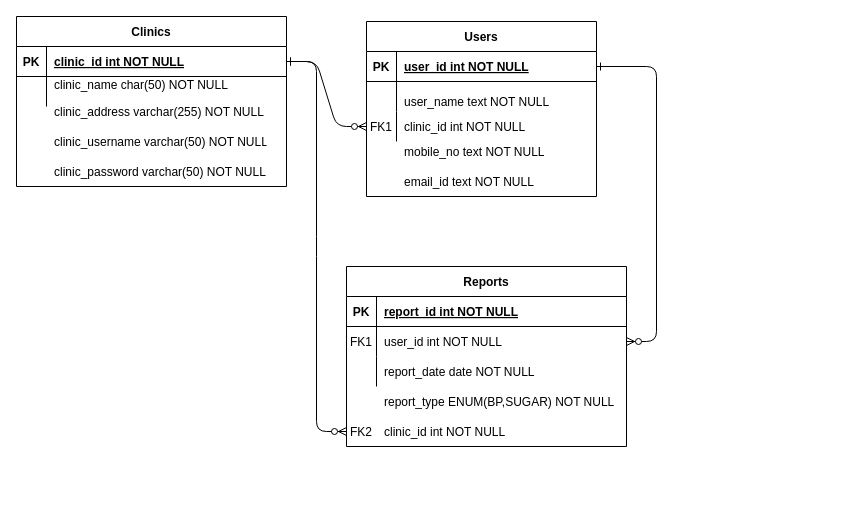
Before: ERDiagram.drawio in pranavn35/ProjectDiagrams, a draw.io diagram. Source tidied: cells renumbered, new cells numbered last; positions are measured from the earlier drawing's top-left corner, leaving out a move shared by most shapes. Both pictures are drawn from the tidied source at 100%, with x=0, y=0 at pixel (16, 16).
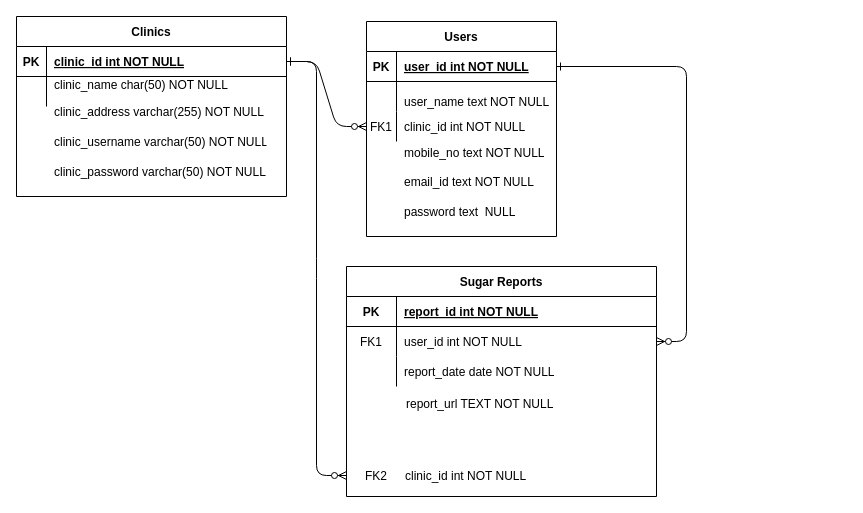
Above is the later version.

The edit, as a diff of the source:
```diff
@@
     <mxCell id="4" value="Users" style="shape=table;startSize=30;childLayout=tableLayout;rowLines=0;fontStyle=1;align=center;fontColor=default;fillColor=default;strokeColor=default;" parent="1" vertex="1">
-      <mxGeometry x="350" y="5" width="230" height="175" as="geometry" />
+      <mxGeometry x="350" y="5" width="190" height="215" as="geometry" />
     </mxCell>
     <mxCell id="5" style="shape=partialRectangle;fillColor=none;points=[[0,0.5],[1,0.5]];portConstraint=eastwest;top=0;left=0;right=0;bottom=1;fontColor=default;" parent="4" vertex="1">
-      <mxGeometry y="30" width="230" height="30" as="geometry" />
+      <mxGeometry y="30" width="190" height="30" as="geometry" />
     </mxCell>
@@
     <mxCell id="7" value="user_id int NOT NULL " style="shape=partialRectangle;overflow=hidden;fillColor=none;top=0;left=0;bottom=0;right=0;align=left;spacingLeft=6;fontStyle=5;fontColor=default;" parent="5" vertex="1">
-      <mxGeometry x="30" width="200" height="30" as="geometry" />
+      <mxGeometry x="30" width="160" height="30" as="geometry" />
     </mxCell>
     <mxCell id="8" style="shape=partialRectangle;fillColor=none;top=0;left=0;right=0;bottom=0;strokeColor=default;fontColor=default;" parent="4" vertex="1">
-      <mxGeometry y="60" width="230" height="30" as="geometry" />
+      <mxGeometry y="60" width="190" height="30" as="geometry" />
     </mxCell>
@@
     <mxCell id="10" style="shape=partialRectangle;overflow=hidden;fillColor=none;top=0;left=0;bottom=0;right=0;align=left;spacingLeft=6;fontColor=default;strokeColor=default;" parent="8" vertex="1">
-      <mxGeometry x="30" width="200" height="30" as="geometry" />
+      <mxGeometry x="30" width="160" height="30" as="geometry" />
     </mxCell>
     <mxCell id="11" style="shape=partialRectangle;fillColor=none;points=[[0,0.5],[1,0.5]];portConstraint=eastwest;top=0;left=0;right=0;bottom=0;strokeColor=default;fontColor=default;" parent="4" vertex="1">
-      <mxGeometry y="90" width="230" height="30" as="geometry" />
+      <mxGeometry y="90" width="190" height="30" as="geometry" />
     </mxCell>
@@
     <mxCell id="13" value="clinic_id int NOT NULL" style="shape=partialRectangle;overflow=hidden;fillColor=none;top=0;left=0;bottom=0;right=0;align=left;spacingLeft=6;fontColor=default;strokeColor=default;" parent="11" vertex="1">
-      <mxGeometry x="30" width="200" height="30" as="geometry" />
+      <mxGeometry x="30" width="160" height="30" as="geometry" />
     </mxCell>
-    <mxCell id="14" value="Reports" style="shape=table;startSize=30;childLayout=tableLayout;rowLines=0;fontStyle=1;align=center;fillColor=default;strokeColor=default;fontColor=default;" parent="1" vertex="1">
-      <mxGeometry x="330" y="250" width="280" height="180" as="geometry" />
+    <mxCell id="14" value="Sugar Reports" style="shape=table;startSize=30;childLayout=tableLayout;rowLines=0;fontStyle=1;align=center;fillColor=default;strokeColor=default;fontColor=default;" parent="1" vertex="1">
+      <mxGeometry x="330" y="250" width="310" height="230" as="geometry" />
     </mxCell>
     <mxCell id="15" style="shape=partialRectangle;fillColor=none;top=0;left=0;right=0;bottom=1;fontColor=default;" parent="14" vertex="1">
-      <mxGeometry y="30" width="280" height="30" as="geometry" />
+      <mxGeometry y="30" width="310" height="30" as="geometry" />
     </mxCell>
     <mxCell id="16" value="PK" style="shape=partialRectangle;overflow=hidden;fillColor=none;top=0;left=0;bottom=0;right=0;fontStyle=1;" parent="15" vertex="1">
-      <mxGeometry width="30" height="30" as="geometry" />
+      <mxGeometry width="50" height="30" as="geometry" />
     </mxCell>
     <mxCell id="17" value="report_id int NOT NULL " style="shape=partialRectangle;overflow=hidden;fillColor=none;top=0;left=0;bottom=0;right=0;align=left;spacingLeft=6;fontStyle=5;fontColor=default;" parent="15" vertex="1">
-      <mxGeometry x="30" width="250" height="30" as="geometry" />
+      <mxGeometry x="50" width="260" height="30" as="geometry" />
     </mxCell>
     <mxCell id="18" style="shape=partialRectangle;fillColor=none;points=[[0,0.5],[1,0.5]];portConstraint=eastwest;top=0;left=0;right=0;bottom=0;strokeColor=default;fontColor=default;" parent="14" vertex="1">
-      <mxGeometry y="60" width="280" height="30" as="geometry" />
+      <mxGeometry y="60" width="310" height="30" as="geometry" />
     </mxCell>
     <mxCell id="19" value="FK1" style="shape=partialRectangle;overflow=hidden;fillColor=none;top=0;left=0;bottom=0;right=0;" parent="18" vertex="1">
-      <mxGeometry width="30" height="30" as="geometry" />
+      <mxGeometry width="50" height="30" as="geometry" />
     </mxCell>
     <mxCell id="20" value="user_id int NOT NULL" style="shape=partialRectangle;overflow=hidden;fillColor=none;top=0;left=0;bottom=0;right=0;align=left;spacingLeft=6;fontColor=default;" parent="18" vertex="1">
-      <mxGeometry x="30" width="250" height="30" as="geometry" />
+      <mxGeometry x="50" width="260" height="30" as="geometry" />
     </mxCell>
     <mxCell id="21" style="shape=partialRectangle;fillColor=none;top=0;left=0;right=0;bottom=0;strokeColor=default;fontColor=default;" parent="14" vertex="1">
-      <mxGeometry y="90" width="280" height="30" as="geometry" />
+      <mxGeometry y="90" width="310" height="30" as="geometry" />
     </mxCell>
     <mxCell id="22" style="shape=partialRectangle;overflow=hidden;fillColor=none;top=0;left=0;bottom=0;right=0;" parent="21" vertex="1">
-      <mxGeometry width="30" height="30" as="geometry" />
+      <mxGeometry width="50" height="30" as="geometry" />
     </mxCell>
     <mxCell id="23" value="report_date date NOT NULL" style="shape=partialRectangle;overflow=hidden;fillColor=none;top=0;left=0;bottom=0;right=0;align=left;spacingLeft=6;strokeColor=default;fontColor=default;" parent="21" vertex="1">
-      <mxGeometry x="30" width="250" height="30" as="geometry" />
+      <mxGeometry x="50" width="260" height="30" as="geometry" />
     </mxCell>
     <mxCell id="24" value="Clinics" style="shape=table;startSize=30;childLayout=tableLayout;rowLines=0;fontStyle=1;align=center;fontColor=default;fillColor=default;strokeColor=default;" parent="1" vertex="1">
-      <mxGeometry width="270" height="170" as="geometry" />
+      <mxGeometry width="270" height="180" as="geometry" />
     </mxCell>
@@
     <mxCell id="41" value="mobile_no text NOT NULL" style="shape=partialRectangle;overflow=hidden;fillColor=none;top=0;left=0;bottom=0;right=0;align=left;spacingLeft=6;strokeColor=default;fontColor=default;" parent="1" vertex="1">
-      <mxGeometry x="380" y="120" width="220" height="30" as="geometry" />
+      <mxGeometry x="380" y="121" width="220" height="30" as="geometry" />
     </mxCell>
@@
     <mxCell id="43" style="shape=partialRectangle;fillColor=none;points=[[0,0.5],[1,0.5]];portConstraint=eastwest;top=0;left=0;right=0;bottom=0;strokeColor=default;fontColor=default;" parent="1" vertex="1">
-      <mxGeometry x="330" y="400" width="250" height="30" as="geometry" />
+      <mxGeometry x="330" y="444" width="500" height="30" as="geometry" />
     </mxCell>
     <mxCell id="44" value="FK2" style="shape=partialRectangle;overflow=hidden;fillColor=none;top=0;left=0;bottom=0;right=0;fontColor=default;" parent="43" vertex="1">
-      <mxGeometry width="30" height="30" as="geometry" />
+      <mxGeometry width="60" height="30" as="geometry" />
     </mxCell>
     <mxCell id="45" value="clinic_id int NOT NULL" style="shape=partialRectangle;overflow=hidden;fillColor=none;top=0;left=0;bottom=0;right=0;align=left;spacingLeft=6;fontColor=default;" parent="43" vertex="1">
-      <mxGeometry x="30" width="220" height="30" as="geometry" />
+      <mxGeometry x="51" width="440" height="30" as="geometry" />
     </mxCell>
@@
-    <mxCell id="47" value="report_type ENUM(BP,SUGAR) NOT NULL" style="shape=partialRectangle;overflow=hidden;fillColor=none;top=0;left=0;bottom=0;right=0;align=left;spacingLeft=6;strokeColor=default;fontColor=default;" parent="1" vertex="1">
-      <mxGeometry x="360" y="370" width="240" height="30" as="geometry" />
-    </mxCell>
+    <mxCell id="48" value="report_url TEXT NOT NULL" style="shape=partialRectangle;overflow=hidden;fillColor=none;top=0;left=0;bottom=0;right=0;align=left;spacingLeft=6;strokeColor=default;fontColor=default;" parent="1" vertex="1">
+      <mxGeometry x="382" y="372" width="240" height="30" as="geometry" />
+    </mxCell>
+    <mxCell id="49" value="password text  NULL" style="shape=partialRectangle;overflow=hidden;fillColor=none;top=0;left=0;bottom=0;right=0;align=left;spacingLeft=6;strokeColor=default;fontColor=default;" parent="1" vertex="1">
+      <mxGeometry x="380" y="180" width="220" height="30" as="geometry" />
+    </mxCell>
```
